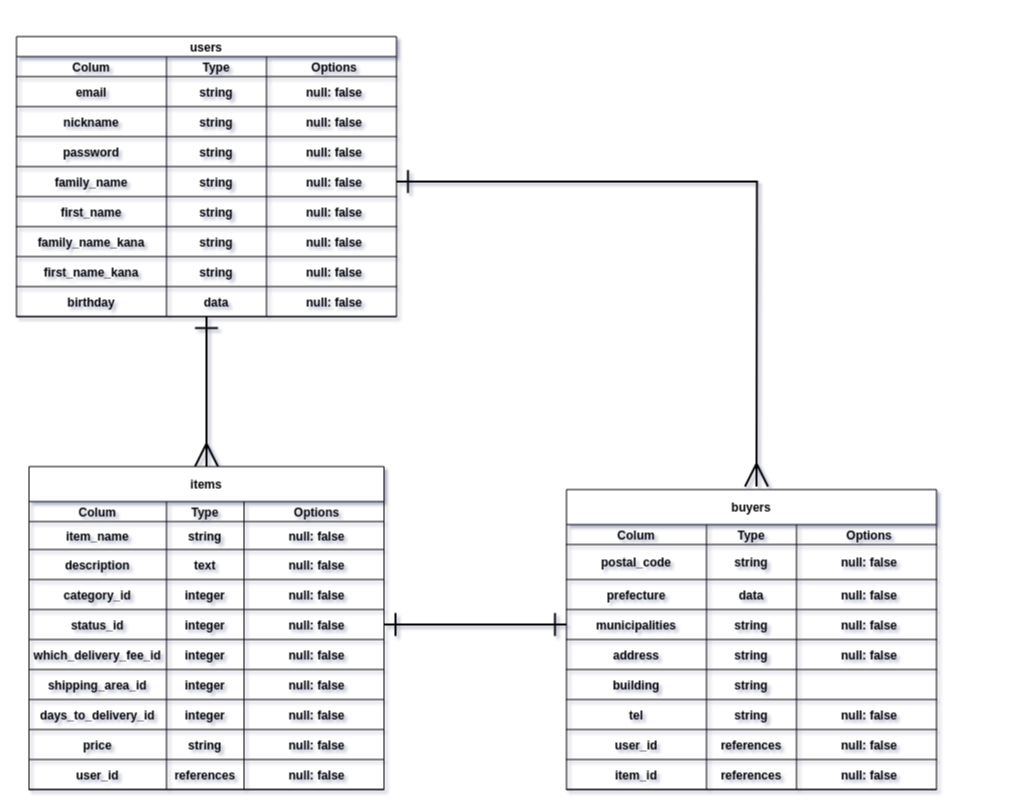
The draw.io diagram db/db.drawio in Tomoaki-git/furima-34423, before the edit. Source tidied: cells renumbered, new cells numbered last; positions are measured from the earlier drawing's top-left corner, leaving out a move shared by most shapes. Both pictures are drawn from the tidied source at 100%, with x=0, y=0 at pixel (16, 36).
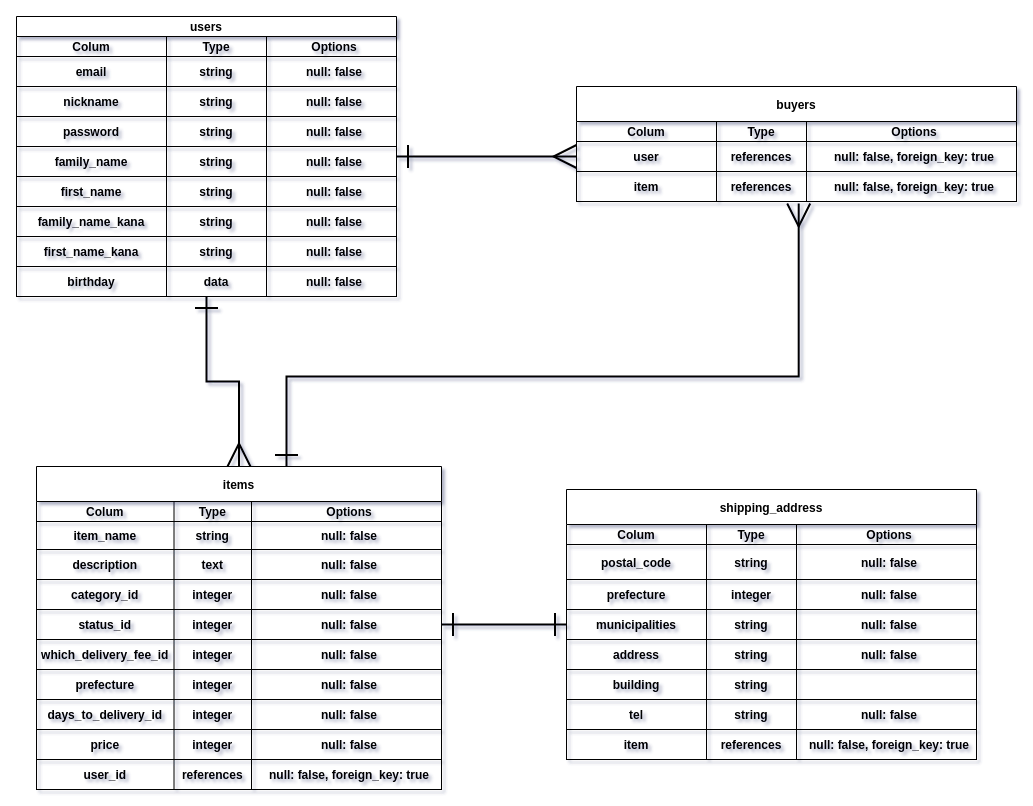
The same page after the edit.

Commit message (it also covers changes not shown here):
データベース設計：修正2

The change refers to these unchanged cells:
```xml
<mxCell id="21" style="shape=partialRectangle;fillColor=none;top=0;left=0;bottom=1;right=0;points=[[0,0.5],[1,0.5]];portConstraint=eastwest;" parent="4" vertex="1">
  <mxGeometry y="130" width="380" height="30" as="geometry" />
</mxCell>
```

The edit, as a diff of the source:
```diff
@@
+    <mxCell id="121" style="edgeStyle=orthogonalEdgeStyle;rounded=0;jumpSize=7;jettySize=auto;html=1;entryX=0;entryY=0.5;entryDx=0;entryDy=0;startArrow=ERone;startFill=0;startSize=20;sourcePerimeterSpacing=0;endArrow=ERmany;endFill=0;endSize=20;targetPerimeterSpacing=9;strokeWidth=2;" parent="1" edge="1" source="4" target="132">
+      <mxGeometry relative="1" as="geometry" />
+    </mxCell>
     <mxCell id="4" value="users" style="shape=table;startSize=20;childLayout=tableLayout;rowLines=0;fontStyle=1;align=center;rounded=0;sketch=0;" parent="1" vertex="1">
-      <mxGeometry width="380" height="280" as="geometry" />
+      <mxGeometry y="-20" width="380" height="280" as="geometry" />
     </mxCell>
@@
+    <mxCell id="122" style="edgeStyle=orthogonalEdgeStyle;rounded=0;jumpSize=7;jettySize=auto;html=1;entryX=0.505;entryY=1.067;entryDx=0;entryDy=0;entryPerimeter=0;startArrow=ERone;startFill=0;startSize=20;sourcePerimeterSpacing=0;endArrow=ERmany;endFill=0;endSize=20;targetPerimeterSpacing=9;strokeWidth=2;" parent="1" edge="1" source="41" target="136">
+      <mxGeometry relative="1" as="geometry">
+        <Array as="points">
+          <mxPoint x="270" y="340" />
+          <mxPoint x="782" y="340" />
+        </Array>
+      </mxGeometry>
+    </mxCell>
     <mxCell id="41" value="items" style="shape=table;startSize=35;childLayout=tableLayout;rowLines=0;fontStyle=1;align=center;rounded=0;sketch=0;" parent="1" vertex="1">
-      <mxGeometry x="12.5" y="430" width="355" height="323" as="geometry" />
+      <mxGeometry x="20" y="430" width="405" height="323" as="geometry" />
     </mxCell>
     <mxCell id="42" style="shape=partialRectangle;fillColor=none;top=0;left=0;bottom=1;right=0;" parent="41" vertex="1">
-      <mxGeometry y="35" width="355" height="20" as="geometry" />
+      <mxGeometry y="35" width="405" height="20" as="geometry" />
     </mxCell>
@@
     <mxCell id="45" value="Options" style="shape=partialRectangle;fillColor=none;top=0;left=0;bottom=0;right=0;align=center;spacingLeft=6;fontStyle=1;overflow=hidden;" parent="42" vertex="1">
-      <mxGeometry x="215" width="140" height="20" as="geometry" />
+      <mxGeometry x="215" width="190" height="20" as="geometry" />
     </mxCell>
     <mxCell id="46" style="shape=partialRectangle;fillColor=none;top=0;left=0;bottom=1;right=0;" parent="41" vertex="1">
-      <mxGeometry y="55" width="355" height="28" as="geometry" />
+      <mxGeometry y="55" width="405" height="28" as="geometry" />
     </mxCell>
@@
     <mxCell id="49" value="null: false" style="shape=partialRectangle;fillColor=none;top=0;left=0;bottom=0;right=0;align=center;spacingLeft=6;fontStyle=1;overflow=hidden;" parent="46" vertex="1">
-      <mxGeometry x="215" width="140" height="28" as="geometry" />
+      <mxGeometry x="215" width="190" height="28" as="geometry" />
     </mxCell>
     <mxCell id="50" style="shape=partialRectangle;fillColor=none;top=0;left=0;bottom=1;right=0;" parent="41" vertex="1">
-      <mxGeometry y="83" width="355" height="30" as="geometry" />
+      <mxGeometry y="83" width="405" height="30" as="geometry" />
     </mxCell>
@@
     <mxCell id="53" value="null: false" style="shape=partialRectangle;fillColor=none;top=0;left=0;bottom=0;right=0;align=center;spacingLeft=6;fontStyle=1;overflow=hidden;" parent="50" vertex="1">
-      <mxGeometry x="215" width="140" height="30" as="geometry" />
+      <mxGeometry x="215" width="190" height="30" as="geometry" />
     </mxCell>
     <mxCell id="54" style="shape=partialRectangle;fillColor=none;top=0;left=0;bottom=1;right=0;" parent="41" vertex="1">
-      <mxGeometry y="113" width="355" height="30" as="geometry" />
+      <mxGeometry y="113" width="405" height="30" as="geometry" />
     </mxCell>
@@
     <mxCell id="57" value="null: false" style="shape=partialRectangle;fillColor=none;top=0;left=0;bottom=0;right=0;align=center;spacingLeft=6;fontStyle=1;overflow=hidden;" parent="54" vertex="1">
-      <mxGeometry x="215" width="140" height="30" as="geometry" />
+      <mxGeometry x="215" width="190" height="30" as="geometry" />
     </mxCell>
     <mxCell id="58" style="shape=partialRectangle;fillColor=none;top=0;left=0;bottom=1;right=0;points=[[0,0.5],[1,0.5]];portConstraint=eastwest;" parent="41" vertex="1">
-      <mxGeometry y="143" width="355" height="30" as="geometry" />
+      <mxGeometry y="143" width="405" height="30" as="geometry" />
     </mxCell>
@@
     <mxCell id="61" value="null: false" style="shape=partialRectangle;fillColor=none;top=0;left=0;bottom=0;right=0;align=center;spacingLeft=6;fontStyle=1;overflow=hidden;" parent="58" vertex="1">
-      <mxGeometry x="215" width="140" height="30" as="geometry" />
+      <mxGeometry x="215" width="190" height="30" as="geometry" />
     </mxCell>
     <mxCell id="62" style="shape=partialRectangle;fillColor=none;top=0;left=0;bottom=1;right=0;" parent="41" vertex="1">
-      <mxGeometry y="173" width="355" height="30" as="geometry" />
+      <mxGeometry y="173" width="405" height="30" as="geometry" />
     </mxCell>
@@
     <mxCell id="65" value="null: false" style="shape=partialRectangle;fillColor=none;top=0;left=0;bottom=0;right=0;align=center;spacingLeft=6;fontStyle=1;overflow=hidden;" parent="62" vertex="1">
-      <mxGeometry x="215" width="140" height="30" as="geometry" />
+      <mxGeometry x="215" width="190" height="30" as="geometry" />
     </mxCell>
     <mxCell id="66" style="shape=partialRectangle;fillColor=none;top=0;left=0;bottom=1;right=0;" parent="41" vertex="1">
-      <mxGeometry y="203" width="355" height="30" as="geometry" />
+      <mxGeometry y="203" width="405" height="30" as="geometry" />
     </mxCell>
-    <mxCell id="67" value="shipping_area_id" style="shape=partialRectangle;fillColor=none;top=0;left=0;bottom=0;right=0;fontStyle=1;overflow=hidden;" parent="66" vertex="1">
+    <mxCell id="67" value="prefecture" style="shape=partialRectangle;fillColor=none;top=0;left=0;bottom=0;right=0;fontStyle=1;overflow=hidden;" parent="66" vertex="1">
       <mxGeometry width="137.5" height="30" as="geometry" />
     </mxCell>
@@
     <mxCell id="69" value="null: false" style="shape=partialRectangle;fillColor=none;top=0;left=0;bottom=0;right=0;align=center;spacingLeft=6;fontStyle=1;overflow=hidden;" parent="66" vertex="1">
-      <mxGeometry x="215" width="140" height="30" as="geometry" />
+      <mxGeometry x="215" width="190" height="30" as="geometry" />
     </mxCell>
     <mxCell id="70" style="shape=partialRectangle;fillColor=none;top=0;left=0;bottom=1;right=0;" parent="41" vertex="1">
-      <mxGeometry y="233" width="355" height="30" as="geometry" />
+      <mxGeometry y="233" width="405" height="30" as="geometry" />
     </mxCell>
@@
     <mxCell id="73" value="null: false" style="shape=partialRectangle;fillColor=none;top=0;left=0;bottom=0;right=0;align=center;spacingLeft=6;fontStyle=1;overflow=hidden;" parent="70" vertex="1">
-      <mxGeometry x="215" width="140" height="30" as="geometry" />
+      <mxGeometry x="215" width="190" height="30" as="geometry" />
     </mxCell>
     <mxCell id="74" style="shape=partialRectangle;fillColor=none;top=0;left=0;bottom=1;right=0;" parent="41" vertex="1">
-      <mxGeometry y="263" width="355" height="30" as="geometry" />
+      <mxGeometry y="263" width="405" height="30" as="geometry" />
     </mxCell>
@@
-    <mxCell id="76" value="string" style="shape=partialRectangle;fillColor=none;top=0;left=0;bottom=0;right=0;fontStyle=1;overflow=hidden;" parent="74" vertex="1">
+    <mxCell id="76" value="integer" style="shape=partialRectangle;fillColor=none;top=0;left=0;bottom=0;right=0;fontStyle=1;overflow=hidden;" parent="74" vertex="1">
       <mxGeometry x="137.5" width="77.5" height="30" as="geometry" />
     </mxCell>
     <mxCell id="77" value="null: false" style="shape=partialRectangle;fillColor=none;top=0;left=0;bottom=0;right=0;align=center;spacingLeft=6;fontStyle=1;overflow=hidden;" parent="74" vertex="1">
-      <mxGeometry x="215" width="140" height="30" as="geometry" />
+      <mxGeometry x="215" width="190" height="30" as="geometry" />
     </mxCell>
     <mxCell id="78" style="shape=partialRectangle;fillColor=none;top=0;left=0;bottom=1;right=0;" parent="41" vertex="1">
-      <mxGeometry y="293" width="355" height="30" as="geometry" />
+      <mxGeometry y="293" width="405" height="30" as="geometry" />
     </mxCell>
@@
-    <mxCell id="81" value="null: false" style="shape=partialRectangle;fillColor=none;top=0;left=0;bottom=0;right=0;align=center;spacingLeft=6;fontStyle=1;overflow=hidden;" parent="78" vertex="1">
-      <mxGeometry x="215" width="140" height="30" as="geometry" />
+    <mxCell id="81" value="null: false, foreign_key: true" style="shape=partialRectangle;fillColor=none;top=0;left=0;bottom=0;right=0;align=center;spacingLeft=6;fontStyle=1;overflow=hidden;" parent="78" vertex="1">
+      <mxGeometry x="215" width="190" height="30" as="geometry" />
     </mxCell>
-    <mxCell id="82" value="buyers" style="shape=table;startSize=35;childLayout=tableLayout;rowLines=0;fontStyle=1;align=center;rounded=0;sketch=0;" parent="1" vertex="1">
-      <mxGeometry x="550" y="453" width="370" height="300" as="geometry" />
+    <mxCell id="82" value="shipping_address" style="shape=table;startSize=35;childLayout=tableLayout;rowLines=0;fontStyle=1;align=center;rounded=0;sketch=0;" parent="1" vertex="1">
+      <mxGeometry x="550" y="453" width="410" height="270" as="geometry" />
     </mxCell>
     <mxCell id="83" style="shape=partialRectangle;fillColor=none;top=0;left=0;bottom=1;right=0;" parent="82" vertex="1">
-      <mxGeometry y="35" width="370" height="20" as="geometry" />
+      <mxGeometry y="35" width="410" height="20" as="geometry" />
     </mxCell>
@@
     <mxCell id="86" value="Options" style="shape=partialRectangle;fillColor=none;top=0;left=0;bottom=0;right=0;align=center;spacingLeft=6;fontStyle=1;overflow=hidden;" parent="83" vertex="1">
-      <mxGeometry x="230" width="140" height="20" as="geometry" />
+      <mxGeometry x="230" width="180" height="20" as="geometry" />
     </mxCell>
     <mxCell id="87" style="shape=partialRectangle;fillColor=none;top=0;left=0;bottom=1;right=0;" parent="82" vertex="1">
-      <mxGeometry y="55" width="370" height="35" as="geometry" />
+      <mxGeometry y="55" width="410" height="35" as="geometry" />
     </mxCell>
@@
     <mxCell id="90" value="null: false" style="shape=partialRectangle;fillColor=none;top=0;left=0;bottom=0;right=0;align=center;spacingLeft=6;fontStyle=1;overflow=hidden;" parent="87" vertex="1">
-      <mxGeometry x="230" width="140" height="35" as="geometry" />
+      <mxGeometry x="230" width="180" height="35" as="geometry" />
     </mxCell>
     <mxCell id="91" style="shape=partialRectangle;fillColor=none;top=0;left=0;bottom=1;right=0;" parent="82" vertex="1">
-      <mxGeometry y="90" width="370" height="30" as="geometry" />
+      <mxGeometry y="90" width="410" height="30" as="geometry" />
     </mxCell>
@@
-    <mxCell id="93" value="data" style="shape=partialRectangle;fillColor=none;top=0;left=0;bottom=0;right=0;fontStyle=1;overflow=hidden;" parent="91" vertex="1">
+    <mxCell id="93" value="integer" style="shape=partialRectangle;fillColor=none;top=0;left=0;bottom=0;right=0;fontStyle=1;overflow=hidden;" parent="91" vertex="1">
       <mxGeometry x="140" width="90" height="30" as="geometry" />
     </mxCell>
     <mxCell id="94" value="null: false" style="shape=partialRectangle;fillColor=none;top=0;left=0;bottom=0;right=0;align=center;spacingLeft=6;fontStyle=1;overflow=hidden;" parent="91" vertex="1">
-      <mxGeometry x="230" width="140" height="30" as="geometry" />
+      <mxGeometry x="230" width="180" height="30" as="geometry" />
     </mxCell>
     <mxCell id="95" style="shape=partialRectangle;fillColor=none;top=0;left=0;bottom=1;right=0;points=[[0,0.5],[1,0.5]];portConstraint=eastwest;" parent="82" vertex="1">
-      <mxGeometry y="120" width="370" height="30" as="geometry" />
+      <mxGeometry y="120" width="410" height="30" as="geometry" />
     </mxCell>
@@
     <mxCell id="98" value="null: false" style="shape=partialRectangle;fillColor=none;top=0;left=0;bottom=0;right=0;align=center;spacingLeft=6;fontStyle=1;overflow=hidden;" parent="95" vertex="1">
-      <mxGeometry x="230" width="140" height="30" as="geometry" />
+      <mxGeometry x="230" width="180" height="30" as="geometry" />
     </mxCell>
     <mxCell id="99" style="shape=partialRectangle;fillColor=none;top=0;left=0;bottom=1;right=0;" parent="82" vertex="1">
-      <mxGeometry y="150" width="370" height="30" as="geometry" />
+      <mxGeometry y="150" width="410" height="30" as="geometry" />
     </mxCell>
@@
     <mxCell id="102" value="null: false" style="shape=partialRectangle;fillColor=none;top=0;left=0;bottom=0;right=0;align=center;spacingLeft=6;fontStyle=1;overflow=hidden;" parent="99" vertex="1">
-      <mxGeometry x="230" width="140" height="30" as="geometry" />
+      <mxGeometry x="230" width="180" height="30" as="geometry" />
     </mxCell>
     <mxCell id="103" style="shape=partialRectangle;fillColor=none;top=0;left=0;bottom=1;right=0;" parent="82" vertex="1">
-      <mxGeometry y="180" width="370" height="30" as="geometry" />
+      <mxGeometry y="180" width="410" height="30" as="geometry" />
     </mxCell>
@@
     <mxCell id="106" style="shape=partialRectangle;fillColor=none;top=0;left=0;bottom=0;right=0;align=center;spacingLeft=6;fontStyle=1;overflow=hidden;" parent="103" vertex="1">
-      <mxGeometry x="230" width="140" height="30" as="geometry" />
+      <mxGeometry x="230" width="180" height="30" as="geometry" />
     </mxCell>
     <mxCell id="107" style="shape=partialRectangle;fillColor=none;top=0;left=0;bottom=1;right=0;" parent="82" vertex="1">
-      <mxGeometry y="210" width="370" height="30" as="geometry" />
+      <mxGeometry y="210" width="410" height="30" as="geometry" />
     </mxCell>
@@
     <mxCell id="110" value="null: false" style="shape=partialRectangle;fillColor=none;top=0;left=0;bottom=0;right=0;align=center;spacingLeft=6;fontStyle=1;overflow=hidden;" parent="107" vertex="1">
-      <mxGeometry x="230" width="140" height="30" as="geometry" />
+      <mxGeometry x="230" width="180" height="30" as="geometry" />
     </mxCell>
-    <mxCell id="111" style="shape=partialRectangle;fillColor=none;top=0;left=0;bottom=1;right=0;" parent="82" vertex="1">
-      <mxGeometry y="240" width="370" height="30" as="geometry" />
-    </mxCell>
-    <mxCell id="112" value="user_id" style="shape=partialRectangle;fillColor=none;top=0;left=0;bottom=0;right=0;fontStyle=1;overflow=hidden;" parent="111" vertex="1">
-      <mxGeometry width="140" height="30" as="geometry" />
-    </mxCell>
-    <mxCell id="113" value="references" style="shape=partialRectangle;fillColor=none;top=0;left=0;bottom=0;right=0;fontStyle=1;overflow=hidden;" parent="111" vertex="1">
-      <mxGeometry x="140" width="90" height="30" as="geometry" />
-    </mxCell>
-    <mxCell id="114" value="null: false" style="shape=partialRectangle;fillColor=none;top=0;left=0;bottom=0;right=0;align=center;spacingLeft=6;fontStyle=1;overflow=hidden;" parent="111" vertex="1">
-      <mxGeometry x="230" width="140" height="30" as="geometry" />
-    </mxCell>
-    <mxCell id="115" style="shape=partialRectangle;fillColor=none;top=0;left=0;bottom=1;right=0;" parent="82" vertex="1">
-      <mxGeometry y="270" width="370" height="30" as="geometry" />
-    </mxCell>
-    <mxCell id="116" value="item_id" style="shape=partialRectangle;fillColor=none;top=0;left=0;bottom=0;right=0;fontStyle=1;overflow=hidden;" parent="115" vertex="1">
-      <mxGeometry width="140" height="30" as="geometry" />
-    </mxCell>
-    <mxCell id="117" value="references" style="shape=partialRectangle;fillColor=none;top=0;left=0;bottom=0;right=0;fontStyle=1;overflow=hidden;" parent="115" vertex="1">
-      <mxGeometry x="140" width="90" height="30" as="geometry" />
-    </mxCell>
-    <mxCell id="118" value="null: false" style="shape=partialRectangle;fillColor=none;top=0;left=0;bottom=0;right=0;align=center;spacingLeft=6;fontStyle=1;overflow=hidden;" parent="115" vertex="1">
-      <mxGeometry x="230" width="140" height="30" as="geometry" />
-    </mxCell>
+    <mxCell id="123" style="shape=partialRectangle;fillColor=none;top=0;left=0;bottom=1;right=0;" parent="82" vertex="1">
+      <mxGeometry y="240" width="410" height="30" as="geometry" />
+    </mxCell>
+    <mxCell id="124" value="item" style="shape=partialRectangle;fillColor=none;top=0;left=0;bottom=0;right=0;fontStyle=1;overflow=hidden;" parent="123" vertex="1">
+      <mxGeometry width="140" height="30" as="geometry" />
+    </mxCell>
+    <mxCell id="125" value="references" style="shape=partialRectangle;fillColor=none;top=0;left=0;bottom=0;right=0;fontStyle=1;overflow=hidden;" parent="123" vertex="1">
+      <mxGeometry x="140" width="90" height="30" as="geometry" />
+    </mxCell>
+    <mxCell id="126" value="null: false, foreign_key: true" style="shape=partialRectangle;fillColor=none;top=0;left=0;bottom=0;right=0;align=center;spacingLeft=6;fontStyle=1;overflow=hidden;" parent="123" vertex="1">
+      <mxGeometry x="230" width="180" height="30" as="geometry" />
+    </mxCell>
@@
-    <mxCell id="120" style="edgeStyle=orthogonalEdgeStyle;rounded=0;jumpSize=7;jettySize=auto;html=1;exitX=1;exitY=0.5;exitDx=0;exitDy=0;startArrow=ERone;startFill=0;startSize=20;sourcePerimeterSpacing=0;endArrow=ERmany;endFill=0;endSize=20;targetPerimeterSpacing=9;strokeWidth=2;" parent="1" edge="1" source="21">
-      <mxGeometry relative="1" as="geometry">
-        <mxPoint x="740" y="450" as="targetPoint" />
-      </mxGeometry>
-    </mxCell>
+    <mxCell id="127" value="buyers" style="shape=table;startSize=35;childLayout=tableLayout;rowLines=0;fontStyle=1;align=center;rounded=0;sketch=0;" parent="1" vertex="1">
+      <mxGeometry x="560" y="50" width="440" height="115" as="geometry" />
+    </mxCell>
+    <mxCell id="128" style="shape=partialRectangle;fillColor=none;top=0;left=0;bottom=1;right=0;" parent="127" vertex="1">
+      <mxGeometry y="35" width="440" height="20" as="geometry" />
+    </mxCell>
+    <mxCell id="129" value="Colum" style="shape=partialRectangle;fillColor=none;top=0;left=0;bottom=0;right=0;fontStyle=1;overflow=hidden;" parent="128" vertex="1">
+      <mxGeometry width="140" height="20" as="geometry" />
+    </mxCell>
+    <mxCell id="130" value="Type" style="shape=partialRectangle;fillColor=none;top=0;left=0;bottom=0;right=0;fontStyle=1;overflow=hidden;" parent="128" vertex="1">
+      <mxGeometry x="140" width="90" height="20" as="geometry" />
+    </mxCell>
+    <mxCell id="131" value="Options" style="shape=partialRectangle;fillColor=none;top=0;left=0;bottom=0;right=0;align=center;spacingLeft=6;fontStyle=1;overflow=hidden;" parent="128" vertex="1">
+      <mxGeometry x="230" width="210" height="20" as="geometry" />
+    </mxCell>
+    <mxCell id="132" style="shape=partialRectangle;fillColor=none;top=0;left=0;bottom=1;right=0;points=[[0,0.5],[1,0.5]];portConstraint=eastwest;" parent="127" vertex="1">
+      <mxGeometry y="55" width="440" height="30" as="geometry" />
+    </mxCell>
+    <mxCell id="133" value="user" style="shape=partialRectangle;fillColor=none;top=0;left=0;bottom=0;right=0;fontStyle=1;overflow=hidden;" parent="132" vertex="1">
+      <mxGeometry width="140" height="30" as="geometry" />
+    </mxCell>
+    <mxCell id="134" value="references" style="shape=partialRectangle;fillColor=none;top=0;left=0;bottom=0;right=0;fontStyle=1;overflow=hidden;" parent="132" vertex="1">
+      <mxGeometry x="140" width="90" height="30" as="geometry" />
+    </mxCell>
+    <mxCell id="135" value="null: false, foreign_key: true" style="shape=partialRectangle;fillColor=none;top=0;left=0;bottom=0;right=0;align=center;spacingLeft=6;fontStyle=1;overflow=hidden;" parent="132" vertex="1">
+      <mxGeometry x="230" width="210" height="30" as="geometry" />
+    </mxCell>
+    <mxCell id="136" style="shape=partialRectangle;fillColor=none;top=0;left=0;bottom=1;right=0;points=[[0,0.5],[1,0.5]];portConstraint=eastwest;" parent="127" vertex="1">
+      <mxGeometry y="85" width="440" height="30" as="geometry" />
+    </mxCell>
+    <mxCell id="137" value="item" style="shape=partialRectangle;fillColor=none;top=0;left=0;bottom=0;right=0;fontStyle=1;overflow=hidden;" parent="136" vertex="1">
+      <mxGeometry width="140" height="30" as="geometry" />
+    </mxCell>
+    <mxCell id="138" value="references" style="shape=partialRectangle;fillColor=none;top=0;left=0;bottom=0;right=0;fontStyle=1;overflow=hidden;" parent="136" vertex="1">
+      <mxGeometry x="140" width="90" height="30" as="geometry" />
+    </mxCell>
+    <mxCell id="139" value="null: false, foreign_key: true" style="shape=partialRectangle;fillColor=none;top=0;left=0;bottom=0;right=0;align=center;spacingLeft=6;fontStyle=1;overflow=hidden;" parent="136" vertex="1">
+      <mxGeometry x="230" width="210" height="30" as="geometry" />
+    </mxCell>
```
